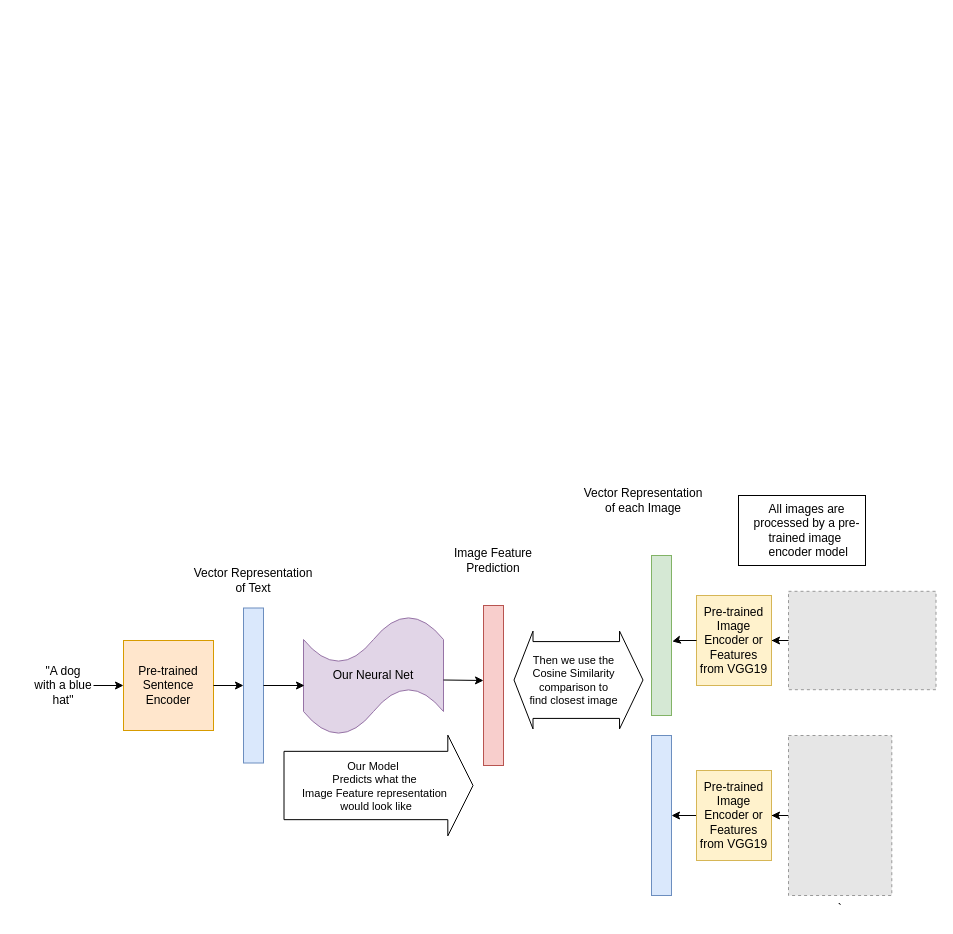
The draw.io diagram Concept.drawio in r-butl/TextBasedImageSearch, before the edit. Source tidied: cells renumbered, new cells numbered last; positions are measured from the earlier drawing's top-left corner, leaving out a move shared by most shapes. Both pictures are drawn from the tidied source at 100%, with x=0, y=0 at pixel (33, 485). Pictures stored in the file or linked from it are replaced by grey dashed boxes.
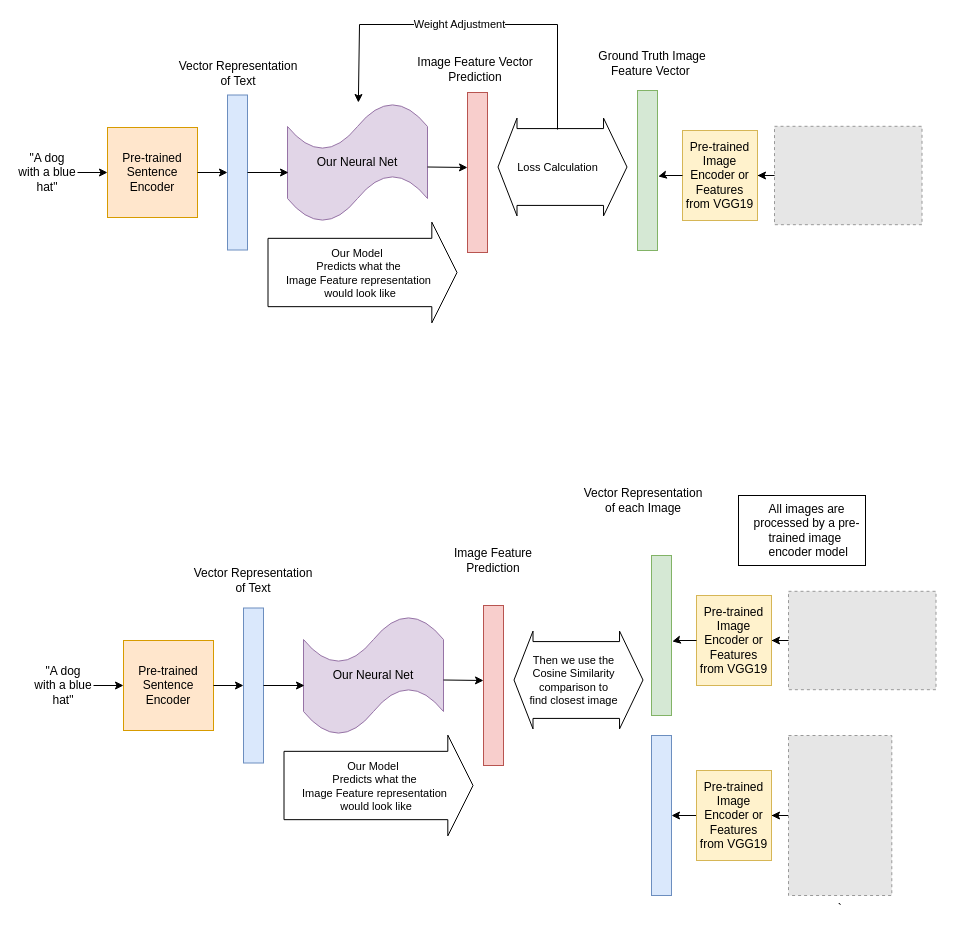
The same diagram, later.

Change to the diagram source:
```diff
@@
+    <mxCell id="30" value="Pre-trained Sentence Encoder" style="rounded=0;whiteSpace=wrap;html=1;fillColor=#ffe6cc;strokeColor=#d79b00;" parent="1" vertex="1">
+      <mxGeometry x="74" y="-358" width="90" height="90" as="geometry" />
+    </mxCell>
+    <mxCell id="31" style="rounded=0;whiteSpace=wrap;html=1;fillColor=#dae8fc;strokeColor=#6c8ebf;" parent="1" vertex="1">
+      <mxGeometry x="194" y="-390.5" width="20" height="155" as="geometry" />
+    </mxCell>
+    <mxCell id="32" style="endArrow=classic;html=1;rounded=0;exitX=1;exitY=0.5;exitDx=0;exitDy=0;entryX=0;entryY=0.5;entryDx=0;entryDy=0;" parent="1" edge="1" source="30" target="31">
+      <mxGeometry relative="1" as="geometry" />
+    </mxCell>
+    <mxCell id="33" style="edgeStyle=orthogonalEdgeStyle;rounded=0;jettySize=auto;html=1;" parent="1" edge="1" source="34" target="30">
+      <mxGeometry relative="1" as="geometry" />
+    </mxCell>
+    <mxCell id="34" value="&quot;A dog with a blue hat&quot;" style="text;html=1;align=center;verticalAlign=middle;whiteSpace=wrap;rounded=0;" parent="1" vertex="1">
+      <mxGeometry x="-16" y="-328" width="60" height="30" as="geometry" />
+    </mxCell>
+    <mxCell id="35" value="Vector Representation of Text" style="text;html=1;align=center;verticalAlign=middle;whiteSpace=wrap;rounded=0;" parent="1" vertex="1">
+      <mxGeometry x="140" y="-427" width="130" height="30" as="geometry" />
+    </mxCell>
+    <mxCell id="36" value="Our Neural Net" style="shape=tape;whiteSpace=wrap;html=1;fillColor=#e1d5e7;strokeColor=#9673a6;" parent="1" vertex="1">
+      <mxGeometry x="254" y="-383" width="140" height="120" as="geometry" />
+    </mxCell>
+    <mxCell id="37" style="rounded=0;whiteSpace=wrap;html=1;fillColor=#f8cecc;strokeColor=#b85450;" parent="1" vertex="1">
+      <mxGeometry x="434" y="-393" width="20" height="160" as="geometry" />
+    </mxCell>
+    <mxCell id="38" value="Image Feature Vector Prediction" style="text;html=1;align=center;verticalAlign=middle;whiteSpace=wrap;rounded=0;" parent="1" vertex="1">
+      <mxGeometry x="377" y="-431" width="130" height="30" as="geometry" />
+    </mxCell>
+    <mxCell id="39" style="endArrow=classic;html=1;rounded=0;exitX=1;exitY=0.5;exitDx=0;exitDy=0;" parent="1" edge="1" source="31">
+      <mxGeometry relative="1" as="geometry">
+        <mxPoint x="255" y="-313" as="targetPoint" />
+      </mxGeometry>
+    </mxCell>
+    <mxCell id="40" style="endArrow=classic;html=1;rounded=0;exitX=1;exitY=0.5;exitDx=0;exitDy=0;" parent="1" edge="1">
+      <mxGeometry relative="1" as="geometry">
+        <mxPoint x="394" y="-318.5" as="sourcePoint" />
+        <mxPoint x="434" y="-318" as="targetPoint" />
+      </mxGeometry>
+    </mxCell>
+    <mxCell id="41" style="edgeStyle=orthogonalEdgeStyle;rounded=0;jettySize=auto;html=1;" parent="1" edge="1" source="42" target="49">
+      <mxGeometry relative="1" as="geometry" />
+    </mxCell>
+    <mxCell id="42" style="fillColor=#E6E6E6;strokeColor=#999999;dashed=1;verticalLabelPosition=bottom;labelBackgroundColor=default;verticalAlign=top;" parent="1" vertex="1">
+      <mxGeometry x="741" y="-359.2" width="147.5" height="98.4" as="geometry" />
+    </mxCell>
+    <mxCell id="43" style="rounded=0;whiteSpace=wrap;html=1;fillColor=#d5e8d4;strokeColor=#82b366;" parent="1" vertex="1">
+      <mxGeometry x="604" y="-395" width="20" height="160" as="geometry" />
+    </mxCell>
+    <mxCell id="44" value="Ground Truth Image Feature Vector&amp;nbsp;" style="text;html=1;align=center;verticalAlign=middle;whiteSpace=wrap;rounded=0;" parent="1" vertex="1">
+      <mxGeometry x="554" y="-437" width="130" height="30" as="geometry" />
+    </mxCell>
+    <mxCell id="45" style="shape=flexArrow;endArrow=classic;startArrow=classic;html=1;rounded=0;width=76.81818181818181;endSize=7.486363636363635;" parent="1" edge="1">
+      <mxGeometry relative="1" as="geometry">
+        <mxPoint x="464" y="-318.5" as="sourcePoint" />
+        <mxPoint x="594" y="-318.5" as="targetPoint" />
+      </mxGeometry>
+    </mxCell>
+    <mxCell id="46" value="Loss Calculation" style="edgeLabel;html=1;align=center;verticalAlign=middle;" parent="45" vertex="1">
+      <mxGeometry x="0.42" y="7" relative="1" as="geometry">
+        <mxPoint x="-33" y="7" as="offset" />
+      </mxGeometry>
+    </mxCell>
+    <mxCell id="47" style="shape=flexArrow;endArrow=classic;html=1;rounded=0;endWidth=31.388888888888882;endSize=8.058333333333334;width=68.33333333333334;" parent="1" edge="1">
+      <mxGeometry relative="1" as="geometry">
+        <mxPoint x="234" y="-213" as="sourcePoint" />
+        <mxPoint x="424" y="-213" as="targetPoint" />
+      </mxGeometry>
+    </mxCell>
+    <mxCell id="48" value="Our Model&amp;nbsp;&lt;div&gt;Predicts what the&lt;/div&gt;&lt;div&gt;Image Feature representation&lt;/div&gt;&lt;div&gt;&amp;nbsp;would look like&lt;/div&gt;" style="edgeLabel;html=1;align=center;verticalAlign=middle;" parent="47" vertex="1">
+      <mxGeometry x="-0.03" y="-16" relative="1" as="geometry">
+        <mxPoint x="-2" y="-16" as="offset" />
+      </mxGeometry>
+    </mxCell>
+    <mxCell id="49" value="Pre-trained Image Encoder or Features from VGG19" style="rounded=0;whiteSpace=wrap;html=1;fillColor=#fff2cc;strokeColor=#d6b656;" parent="1" vertex="1">
+      <mxGeometry x="649" y="-355" width="75" height="90" as="geometry" />
+    </mxCell>
+    <mxCell id="50" style="edgeStyle=orthogonalEdgeStyle;rounded=0;jettySize=auto;html=1;entryX=1.037;entryY=0.537;entryDx=0;entryDy=0;entryPerimeter=0;" parent="1" edge="1" source="49" target="43">
+      <mxGeometry relative="1" as="geometry" />
+    </mxCell>
+    <mxCell id="51" style="endArrow=classic;html=1;rounded=0;" parent="1" edge="1" target="36">
+      <mxGeometry relative="1" as="geometry">
+        <mxPoint x="524" y="-356" as="sourcePoint" />
+        <Array as="points">
+          <mxPoint x="524" y="-461" />
+          <mxPoint x="326" y="-461" />
+        </Array>
+      </mxGeometry>
+    </mxCell>
+    <mxCell id="52" value="Weight Adjustment" style="edgeLabel;html=1;align=center;verticalAlign=middle;" parent="51" vertex="1">
+      <mxGeometry x="0.07" y="-1" relative="1" as="geometry" />
+    </mxCell>
```
